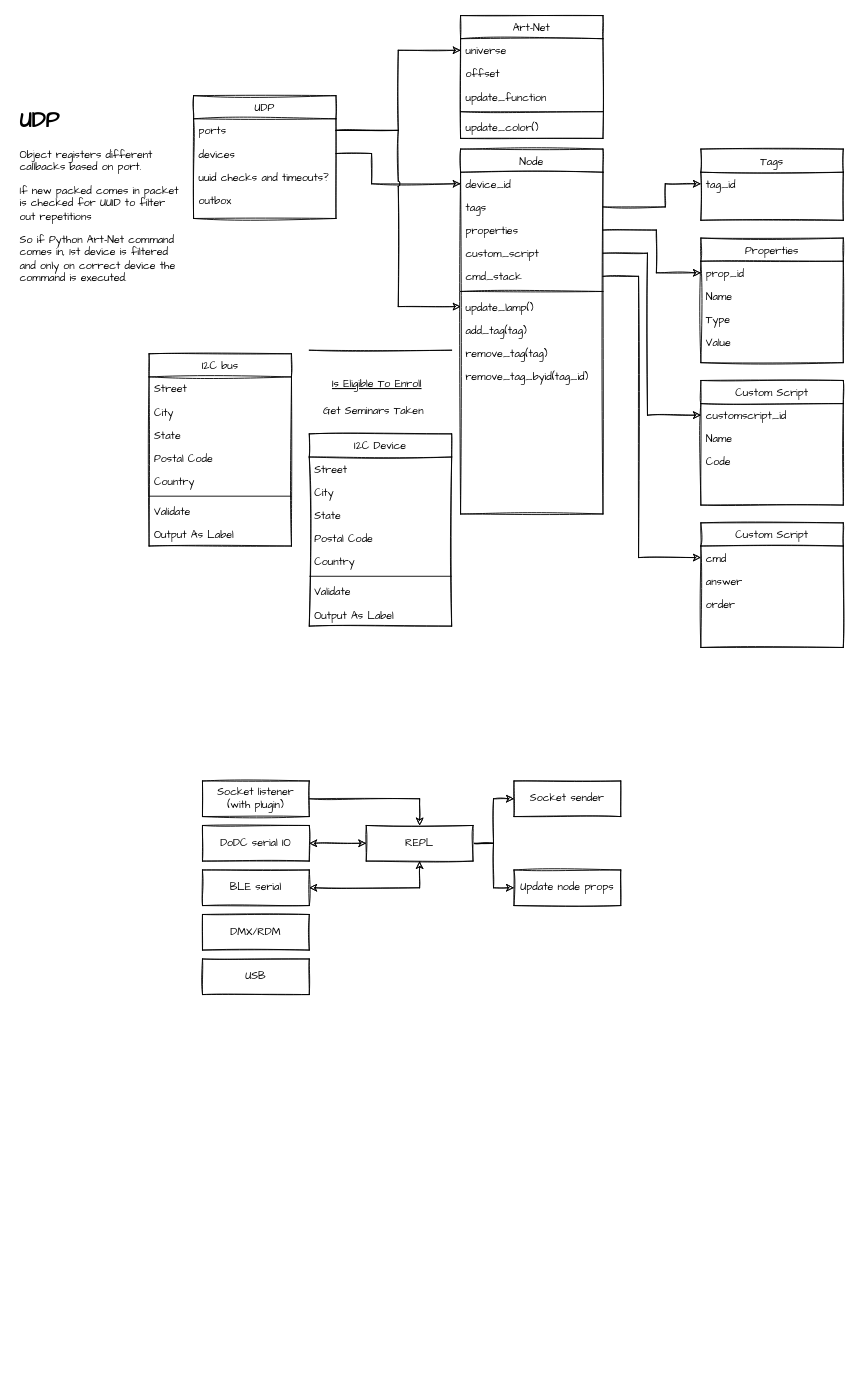
Earlier version of the draw.io diagram Untitled Diagram.drawio (empire-ai/EmpireNode). Source tidied: cells renumbered, new cells numbered last; positions are measured from the earlier drawing's top-left corner, leaving out a move shared by most shapes. Both pictures are drawn from the tidied source at 89%, with x=0, y=0 at pixel (15, 15).
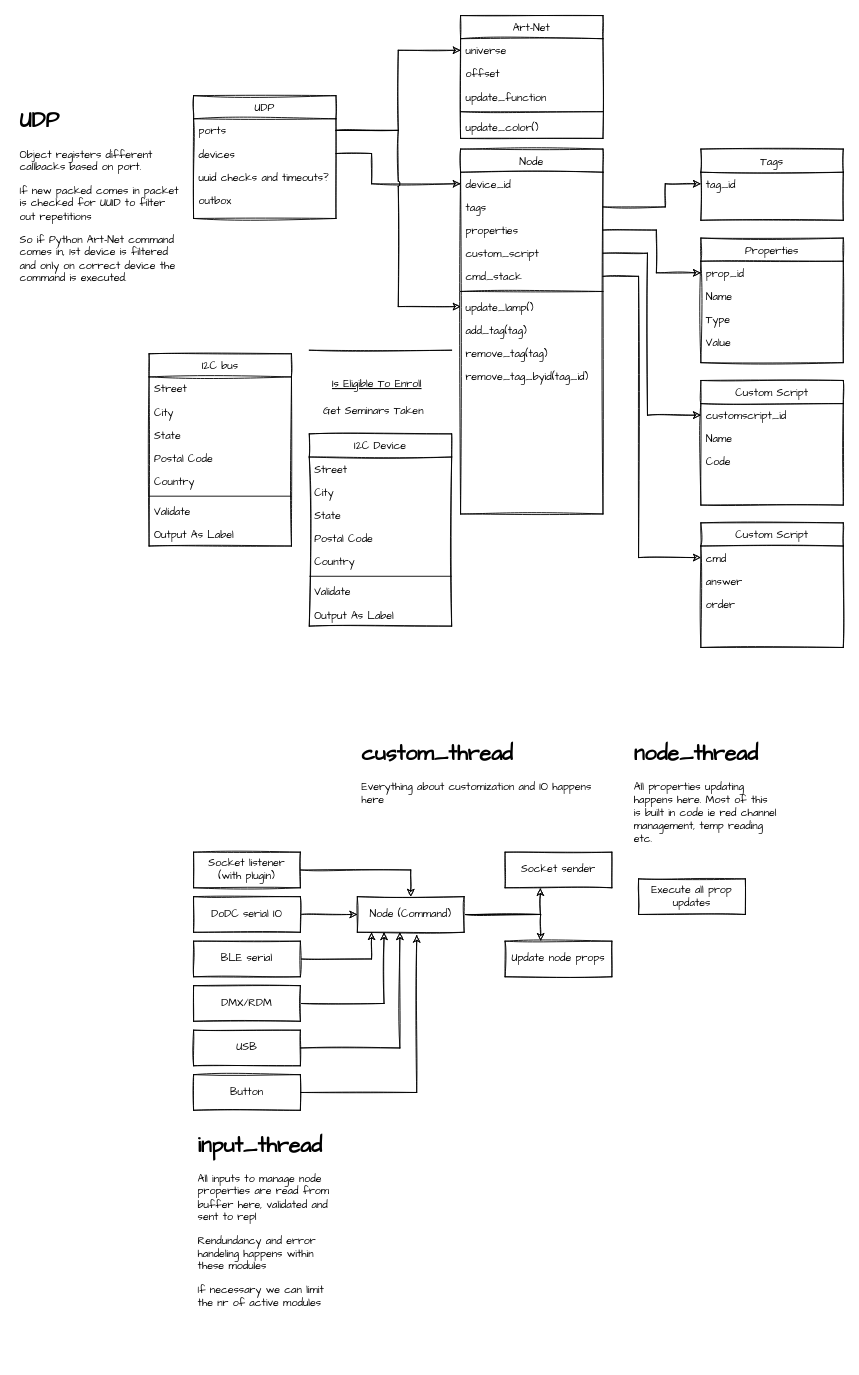
The same diagram, later.

Change to the diagram source:
```diff
@@
     <mxCell id="68" style="edgeStyle=orthogonalEdgeStyle;rounded=0;sketch=1;jumpStyle=arc;jumpSize=6;jettySize=auto;html=1;entryX=0.5;entryY=0;entryDx=0;entryDy=0;fontFamily=Architects Daughter;" parent="1" edge="1" source="69" target="72">
       <mxGeometry relative="1" as="geometry">
         <Array as="points">
-          <mxPoint x="454" y="880" />
+          <mxPoint x="444" y="960" />
         </Array>
       </mxGeometry>
     </mxCell>
     <mxCell id="69" value="Socket listener&lt;br&gt;(with plugin)" style="rounded=0;whiteSpace=wrap;html=1;glass=0;sketch=1;fontFamily=Architects Daughter;" parent="1" vertex="1">
-      <mxGeometry x="210" y="860" width="120" height="40" as="geometry" />
+      <mxGeometry x="200" y="940" width="120" height="40" as="geometry" />
     </mxCell>
-    <mxCell id="70" style="edgeStyle=orthogonalEdgeStyle;rounded=0;sketch=1;jumpStyle=arc;jumpSize=6;jettySize=auto;html=1;entryX=0;entryY=0.5;entryDx=0;entryDy=0;fontFamily=Architects Daughter;startArrow=none;startFill=0;" parent="1" edge="1" source="72" target="77">
-      <mxGeometry relative="1" as="geometry" />
+    <mxCell id="70" style="edgeStyle=orthogonalEdgeStyle;rounded=0;sketch=1;jumpStyle=arc;jumpSize=6;jettySize=auto;html=1;entryX=0.331;entryY=1.009;entryDx=0;entryDy=0;fontFamily=Architects Daughter;startArrow=none;startFill=0;entryPerimeter=0;" parent="1" edge="1" source="72" target="77">
+      <mxGeometry relative="1" as="geometry">
+        <Array as="points">
+          <mxPoint x="590" y="1010" />
+        </Array>
+      </mxGeometry>
     </mxCell>
-    <mxCell id="71" style="edgeStyle=orthogonalEdgeStyle;rounded=0;sketch=1;jumpStyle=arc;jumpSize=6;jettySize=auto;html=1;entryX=0;entryY=0.5;entryDx=0;entryDy=0;fontFamily=Architects Daughter;startArrow=none;startFill=0;" parent="1" edge="1" source="72" target="80">
-      <mxGeometry relative="1" as="geometry" />
+    <mxCell id="71" style="edgeStyle=orthogonalEdgeStyle;rounded=0;sketch=1;jumpStyle=arc;jumpSize=6;jettySize=auto;html=1;entryX=0.333;entryY=-0.008;entryDx=0;entryDy=0;fontFamily=Architects Daughter;startArrow=none;startFill=0;entryPerimeter=0;" parent="1" edge="1" source="72" target="80">
+      <mxGeometry relative="1" as="geometry">
+        <Array as="points">
+          <mxPoint x="590" y="1010" />
+        </Array>
+      </mxGeometry>
     </mxCell>
-    <mxCell id="72" value="REPL" style="rounded=0;whiteSpace=wrap;html=1;glass=0;sketch=1;fontFamily=Architects Daughter;" parent="1" vertex="1">
-      <mxGeometry x="394" y="910" width="120" height="40" as="geometry" />
+    <mxCell id="72" value="Node (Command)" style="rounded=0;whiteSpace=wrap;html=1;glass=0;sketch=1;fontFamily=Architects Daughter;" parent="1" vertex="1">
+      <mxGeometry x="384" y="990" width="120" height="40" as="geometry" />
     </mxCell>
-    <mxCell id="73" style="edgeStyle=orthogonalEdgeStyle;rounded=0;sketch=1;jumpStyle=arc;jumpSize=6;jettySize=auto;html=1;fontFamily=Architects Daughter;startArrow=classic;startFill=1;entryX=0;entryY=0.5;entryDx=0;entryDy=0;" parent="1" edge="1" source="74" target="72">
+    <mxCell id="73" style="edgeStyle=orthogonalEdgeStyle;rounded=0;sketch=1;jumpStyle=arc;jumpSize=6;jettySize=auto;html=1;fontFamily=Architects Daughter;startArrow=none;startFill=0;entryX=0;entryY=0.5;entryDx=0;entryDy=0;" parent="1" edge="1" source="74" target="72">
       <mxGeometry relative="1" as="geometry">
         <Array as="points">
-          <mxPoint x="240" y="930" />
-          <mxPoint x="240" y="930" />
+          <mxPoint x="230" y="1010" />
+          <mxPoint x="230" y="1010" />
         </Array>
       </mxGeometry>
     </mxCell>
     <mxCell id="74" value="DoDC serial IO" style="rounded=0;whiteSpace=wrap;html=1;glass=0;sketch=1;fontFamily=Architects Daughter;" parent="1" vertex="1">
-      <mxGeometry x="210" y="910" width="120" height="40" as="geometry" />
+      <mxGeometry x="200" y="990" width="120" height="40" as="geometry" />
     </mxCell>
-    <mxCell id="75" style="edgeStyle=orthogonalEdgeStyle;rounded=0;sketch=1;jumpStyle=arc;jumpSize=6;jettySize=auto;html=1;entryX=0.5;entryY=1;entryDx=0;entryDy=0;fontFamily=Architects Daughter;startArrow=classic;startFill=1;" parent="1" edge="1" source="76" target="72">
-      <mxGeometry relative="1" as="geometry" />
+    <mxCell id="75" style="edgeStyle=orthogonalEdgeStyle;rounded=0;sketch=1;jumpStyle=arc;jumpSize=6;jettySize=auto;html=1;fontFamily=Architects Daughter;startArrow=none;startFill=0;" parent="1" edge="1" source="76">
+      <mxGeometry relative="1" as="geometry">
+        <mxPoint x="400" y="1030" as="targetPoint" />
+        <Array as="points">
+          <mxPoint x="400" y="1060" />
+          <mxPoint x="400" y="1030" />
+        </Array>
+      </mxGeometry>
     </mxCell>
     <mxCell id="76" value="BLE serial" style="rounded=0;whiteSpace=wrap;html=1;glass=0;sketch=1;fontFamily=Architects Daughter;" parent="1" vertex="1">
-      <mxGeometry x="210" y="960" width="120" height="40" as="geometry" />
+      <mxGeometry x="200" y="1040" width="120" height="40" as="geometry" />
     </mxCell>
     <mxCell id="77" value="Socket sender" style="rounded=0;whiteSpace=wrap;html=1;glass=0;sketch=1;fontFamily=Architects Daughter;" parent="1" vertex="1">
-      <mxGeometry x="560" y="860" width="120" height="40" as="geometry" />
+      <mxGeometry x="550" y="940" width="120" height="40" as="geometry" />
     </mxCell>
+    <mxCell id="81" style="edgeStyle=orthogonalEdgeStyle;rounded=0;jettySize=auto;html=1;entryX=0.25;entryY=1;entryDx=0;entryDy=0;fontFamily=Architects Daughter;startArrow=none;startFill=0;sketch=1;" parent="1" edge="1" source="78" target="72">
+      <mxGeometry relative="1" as="geometry" />
+    </mxCell>
     <mxCell id="78" value="DMX/RDM" style="rounded=0;whiteSpace=wrap;html=1;glass=0;sketch=1;fontFamily=Architects Daughter;" parent="1" vertex="1">
-      <mxGeometry x="210" y="1010" width="120" height="40" as="geometry" />
+      <mxGeometry x="200" y="1090" width="120" height="40" as="geometry" />
     </mxCell>
+    <mxCell id="82" style="edgeStyle=orthogonalEdgeStyle;rounded=0;sketch=1;jettySize=auto;html=1;entryX=0.398;entryY=1.001;entryDx=0;entryDy=0;entryPerimeter=0;fontFamily=Architects Daughter;startArrow=none;startFill=0;" parent="1" edge="1" source="79" target="72">
+      <mxGeometry relative="1" as="geometry" />
+    </mxCell>
     <mxCell id="79" value="USB" style="rounded=0;whiteSpace=wrap;html=1;glass=0;sketch=1;fontFamily=Architects Daughter;" parent="1" vertex="1">
-      <mxGeometry x="210" y="1060" width="120" height="40" as="geometry" />
+      <mxGeometry x="200" y="1140" width="120" height="40" as="geometry" />
     </mxCell>
     <mxCell id="80" value="Update node props" style="rounded=0;whiteSpace=wrap;html=1;glass=0;sketch=1;fontFamily=Architects Daughter;" parent="1" vertex="1">
-      <mxGeometry x="560" y="960" width="120" height="40" as="geometry" />
+      <mxGeometry x="550" y="1040" width="120" height="40" as="geometry" />
     </mxCell>
+    <mxCell id="83" value="&lt;h1&gt;input_thread&lt;/h1&gt;&lt;p&gt;All inputs to manage node properties are read from buffer here, validated and sent to repl&lt;/p&gt;&lt;p&gt;Rendundancy and error handeling happens within these modules&lt;/p&gt;&lt;p&gt;If necessary we can limit the nr of active modules&lt;/p&gt;" style="text;html=1;strokeColor=none;fillColor=none;spacing=5;spacingTop=-20;whiteSpace=wrap;overflow=hidden;rounded=0;fontFamily=Architects Daughter;" parent="1" vertex="1">
+      <mxGeometry x="200" y="1250" width="170" height="260" as="geometry" />
+    </mxCell>
+    <mxCell id="84" value="&lt;h1&gt;custom_thread&lt;/h1&gt;&lt;p&gt;Everything about customization and IO happens here&lt;/p&gt;" style="text;html=1;strokeColor=none;fillColor=none;spacing=5;spacingTop=-20;whiteSpace=wrap;overflow=hidden;rounded=0;fontFamily=Architects Daughter;" parent="1" vertex="1">
+      <mxGeometry x="384" y="810" width="286" height="120" as="geometry" />
+    </mxCell>
+    <mxCell id="85" value="&lt;h1&gt;node_thread&lt;/h1&gt;&lt;p&gt;All properties updating happens here. Most of this is built in code ie red channel management, temp reading etc.&lt;/p&gt;" style="text;html=1;strokeColor=none;fillColor=none;spacing=5;spacingTop=-20;whiteSpace=wrap;overflow=hidden;rounded=0;fontFamily=Architects Daughter;" parent="1" vertex="1">
+      <mxGeometry x="690" y="810" width="170" height="120" as="geometry" />
+    </mxCell>
+    <mxCell id="86" style="edgeStyle=orthogonalEdgeStyle;rounded=0;sketch=1;jettySize=auto;html=1;entryX=0.556;entryY=1.071;entryDx=0;entryDy=0;entryPerimeter=0;fontFamily=Architects Daughter;startArrow=none;startFill=0;" parent="1" edge="1" source="87" target="72">
+      <mxGeometry relative="1" as="geometry" />
+    </mxCell>
+    <mxCell id="87" value="Button" style="rounded=0;whiteSpace=wrap;html=1;glass=0;sketch=1;fontFamily=Architects Daughter;" parent="1" vertex="1">
+      <mxGeometry x="200" y="1190" width="120" height="40" as="geometry" />
+    </mxCell>
+    <mxCell id="88" value="Execute all prop updates" style="rounded=0;whiteSpace=wrap;html=1;glass=0;sketch=1;fontFamily=Architects Daughter;" parent="1" vertex="1">
+      <mxGeometry x="700" y="970" width="120" height="40" as="geometry" />
+    </mxCell>
```
